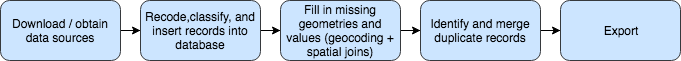
NYCPlanning/db-facilities-old keeps this draw.io diagram as diagrams/FacDB_HighLevel.png. Above is the earlier version. Source tidied: cells renumbered, new cells last; positions are measured from the earlier drawing's top-left corner, leaving out a move shared by most shapes.
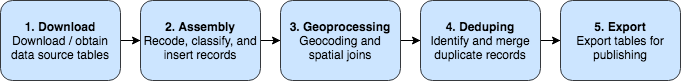
After the commit.

Change to the diagram source:
```diff
@@ -5,29 +5,29 @@
     <mxCell id="2" style="edgeStyle=orthogonalEdgeStyle;rounded=0;html=1;jettySize=auto;" parent="1" edge="1" source="3" target="5">
       <mxGeometry relative="1" as="geometry" />
     </mxCell>
-    <mxCell id="3" value="Download / obtain data sources" style="rounded=1;whiteSpace=wrap;html=1;fillColor=#cce5ff;strokeColor=#36393d;" parent="1" vertex="1">
-      <mxGeometry width="120" height="60" as="geometry" />
+    <mxCell id="3" value="&lt;b&gt;1. Download&lt;/b&gt;&lt;div&gt;Download / obtain data source tables&lt;/div&gt;" style="rounded=1;whiteSpace=wrap;html=1;fillColor=#cce5ff;strokeColor=#36393d;" parent="1" vertex="1">
+      <mxGeometry width="120" height="80" as="geometry" />
     </mxCell>
     <mxCell id="4" style="edgeStyle=orthogonalEdgeStyle;rounded=0;html=1;jettySize=auto;" parent="1" edge="1" source="5" target="7">
       <mxGeometry relative="1" as="geometry" />
     </mxCell>
-    <mxCell id="5" value="&lt;div&gt;&lt;span&gt;Recode,classify, and insert records into &lt;/span&gt;&lt;span&gt;database&lt;/span&gt;&lt;/div&gt;" style="rounded=1;whiteSpace=wrap;html=1;fillColor=#cce5ff;strokeColor=#36393d;" parent="1" vertex="1">
-      <mxGeometry x="140" width="120" height="60" as="geometry" />
+    <mxCell id="5" value="&lt;div&gt;&lt;b&gt;2. Assembly&lt;/b&gt;&lt;/div&gt;&lt;div&gt;&lt;span&gt;Recode, classify, and insert records&lt;/span&gt;&lt;/div&gt;" style="rounded=1;whiteSpace=wrap;html=1;fillColor=#cce5ff;strokeColor=#36393d;" parent="1" vertex="1">
+      <mxGeometry x="140" width="120" height="80" as="geometry" />
     </mxCell>
     <mxCell id="6" style="edgeStyle=orthogonalEdgeStyle;rounded=0;html=1;jettySize=auto;" parent="1" edge="1" source="7" target="9">
       <mxGeometry relative="1" as="geometry" />
     </mxCell>
-    <mxCell id="7" value="&lt;div&gt;&lt;span&gt;Fill in missing geometries and &lt;/span&gt;&lt;span&gt;values&amp;nbsp;&lt;/span&gt;&lt;span&gt;(geocoding + spatial joins)&lt;/span&gt;&lt;/div&gt;" style="rounded=1;whiteSpace=wrap;html=1;fillColor=#cce5ff;strokeColor=#36393d;" parent="1" vertex="1">
-      <mxGeometry x="280" width="120" height="60" as="geometry" />
+    <mxCell id="7" value="&lt;div&gt;&lt;span&gt;&lt;b&gt;3. Geoprocessing&lt;/b&gt;&lt;/span&gt;&lt;/div&gt;&lt;div&gt;&lt;span&gt;Geocoding and spatial joins&lt;/span&gt;&lt;/div&gt;" style="rounded=1;whiteSpace=wrap;html=1;fillColor=#cce5ff;strokeColor=#36393d;" parent="1" vertex="1">
+      <mxGeometry x="280" width="120" height="80" as="geometry" />
     </mxCell>
     <mxCell id="8" style="edgeStyle=orthogonalEdgeStyle;rounded=0;html=1;jettySize=auto;" parent="1" edge="1" source="9" target="10">
       <mxGeometry relative="1" as="geometry" />
     </mxCell>
-    <mxCell id="9" value="&lt;div&gt;&lt;span&gt;Identify and merge duplicate records&lt;/span&gt;&lt;/div&gt;" style="rounded=1;whiteSpace=wrap;html=1;fillColor=#cce5ff;strokeColor=#36393d;" parent="1" vertex="1">
-      <mxGeometry x="420" width="120" height="60" as="geometry" />
+    <mxCell id="9" value="&lt;div&gt;&lt;span&gt;&lt;b&gt;4. Deduping&lt;/b&gt;&lt;/span&gt;&lt;/div&gt;&lt;div&gt;&lt;span&gt;Identify and merge duplicate records&lt;/span&gt;&lt;/div&gt;" style="rounded=1;whiteSpace=wrap;html=1;fillColor=#cce5ff;strokeColor=#36393d;" parent="1" vertex="1">
+      <mxGeometry x="420" width="120" height="80" as="geometry" />
     </mxCell>
-    <mxCell id="10" value="&lt;div&gt;&lt;span&gt;Export&lt;/span&gt;&lt;/div&gt;" style="rounded=1;whiteSpace=wrap;html=1;fillColor=#cce5ff;strokeColor=#36393d;" parent="1" vertex="1">
-      <mxGeometry x="560" width="120" height="60" as="geometry" />
+    <mxCell id="10" value="&lt;div&gt;&lt;span&gt;&lt;b&gt;5. Export&lt;/b&gt;&lt;/span&gt;&lt;/div&gt;&lt;div&gt;&lt;span&gt;Export tables for publishing&lt;/span&gt;&lt;/div&gt;" style="rounded=1;whiteSpace=wrap;html=1;fillColor=#cce5ff;strokeColor=#36393d;" parent="1" vertex="1">
+      <mxGeometry x="560" width="120" height="80" as="geometry" />
     </mxCell>
   </root>
 </mxGraphModel>
```
